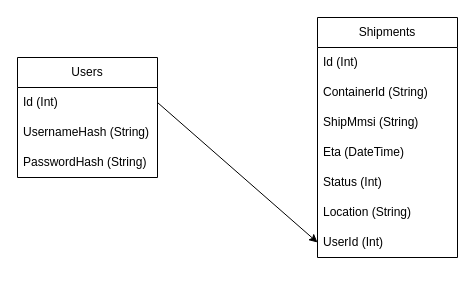
Before: Documentation/Charts/ShipmentTrackingDB.drawio in Timanttiso/ShipmentTracking, a draw.io diagram. Source tidied: cells renumbered, new cells numbered last; positions are measured from the earlier drawing's top-left corner, leaving out a move shared by most shapes. Both pictures are drawn from the tidied source at 100%, with x=0, y=0 at pixel (17, 17).
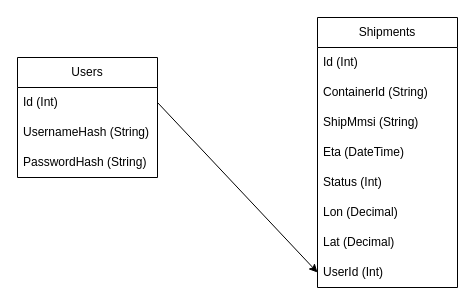
Above is the later version.

The edit, as a diff of the source:
```diff
@@
 <mxGraphModel>
   <root>
     <mxCell id="0" />
     <mxCell id="1" parent="0" />
     <mxCell id="2" value="Shipments" style="swimlane;fontStyle=0;horizontal=1;startSize=30;whiteSpace=wrap;html=1;" parent="1" vertex="1">
-      <mxGeometry x="300" width="140" height="240" as="geometry" />
+      <mxGeometry x="300" width="140" height="270" as="geometry" />
     </mxCell>
     <mxCell id="3" value="Id (Int)" style="text;strokeColor=none;fillColor=none;align=left;verticalAlign=middle;spacingLeft=4;spacingRight=4;overflow=hidden;whiteSpace=wrap;html=1;" parent="2" vertex="1">
       <mxGeometry y="30" width="140" height="30" as="geometry" />
     </mxCell>
     <mxCell id="4" value="ContainerId (String)" style="text;strokeColor=none;fillColor=none;align=left;verticalAlign=middle;spacingLeft=4;spacingRight=4;overflow=hidden;whiteSpace=wrap;html=1;" parent="2" vertex="1">
       <mxGeometry y="60" width="140" height="30" as="geometry" />
     </mxCell>
     <mxCell id="5" value="ShipMmsi (String)" style="text;strokeColor=none;fillColor=none;align=left;verticalAlign=middle;spacingLeft=4;spacingRight=4;overflow=hidden;whiteSpace=wrap;html=1;" parent="2" vertex="1">
       <mxGeometry y="90" width="140" height="30" as="geometry" />
     </mxCell>
     <mxCell id="6" value="Eta (DateTime)" style="text;strokeColor=none;fillColor=none;align=left;verticalAlign=middle;spacingLeft=4;spacingRight=4;overflow=hidden;whiteSpace=wrap;html=1;" parent="2" vertex="1">
       <mxGeometry y="120" width="140" height="30" as="geometry" />
     </mxCell>
     <mxCell id="7" value="Status (Int)" style="text;strokeColor=none;fillColor=none;align=left;verticalAlign=middle;spacingLeft=4;spacingRight=4;overflow=hidden;whiteSpace=wrap;html=1;" parent="2" vertex="1">
       <mxGeometry y="150" width="140" height="30" as="geometry" />
     </mxCell>
-    <mxCell id="8" value="Location (String)" style="text;strokeColor=none;fillColor=none;align=left;verticalAlign=middle;spacingLeft=4;spacingRight=4;overflow=hidden;whiteSpace=wrap;html=1;" parent="2" vertex="1">
+    <mxCell id="8" value="Lon (Decimal)" style="text;strokeColor=none;fillColor=none;align=left;verticalAlign=middle;spacingLeft=4;spacingRight=4;overflow=hidden;whiteSpace=wrap;html=1;" parent="2" vertex="1">
       <mxGeometry y="180" width="140" height="30" as="geometry" />
     </mxCell>
+    <mxCell id="15" value="Lat (Decimal)" style="text;strokeColor=none;fillColor=none;align=left;verticalAlign=middle;spacingLeft=4;spacingRight=4;overflow=hidden;whiteSpace=wrap;html=1;" parent="2" vertex="1">
+      <mxGeometry y="210" width="140" height="30" as="geometry" />
+    </mxCell>
     <mxCell id="9" value="UserId (Int)" style="text;strokeColor=none;fillColor=none;align=left;verticalAlign=middle;spacingLeft=4;spacingRight=4;overflow=hidden;points=[[0,0.5],[1,0.5]];portConstraint=eastwest;whiteSpace=wrap;html=1;" parent="2" vertex="1">
-      <mxGeometry y="210" width="140" height="30" as="geometry" />
+      <mxGeometry y="240" width="140" height="30" as="geometry" />
     </mxCell>
     <mxCell id="10" value="Users" style="swimlane;fontStyle=0;horizontal=1;startSize=30;whiteSpace=wrap;html=1;" parent="1" vertex="1">
       <mxGeometry y="40" width="140" height="120" as="geometry" />
     </mxCell>
     <mxCell id="11" value="Id (Int)" style="text;strokeColor=none;fillColor=none;align=left;verticalAlign=middle;spacingLeft=4;spacingRight=4;overflow=hidden;points=[[0,0.5],[1,0.5]];portConstraint=eastwest;whiteSpace=wrap;html=1;" parent="10" vertex="1">
       <mxGeometry y="30" width="140" height="30" as="geometry" />
     </mxCell>
     <mxCell id="12" value="UsernameHash (String)" style="text;strokeColor=none;fillColor=none;align=left;verticalAlign=middle;spacingLeft=4;spacingRight=4;overflow=hidden;whiteSpace=wrap;html=1;" parent="10" vertex="1">
       <mxGeometry y="60" width="140" height="30" as="geometry" />
     </mxCell>
     <mxCell id="13" value="PasswordHash (String)" style="text;strokeColor=none;fillColor=none;align=left;verticalAlign=middle;spacingLeft=4;spacingRight=4;overflow=hidden;whiteSpace=wrap;html=1;" parent="10" vertex="1">
       <mxGeometry y="90" width="140" height="30" as="geometry" />
     </mxCell>
     <mxCell id="14" style="endArrow=classic;html=1;rounded=0;entryX=0;entryY=0.5;entryDx=0;entryDy=0;exitX=1;exitY=0.5;exitDx=0;exitDy=0;" parent="1" edge="1" source="11" target="9">
       <mxGeometry relative="1" as="geometry" />
     </mxCell>
   </root>
 </mxGraphModel>
```
